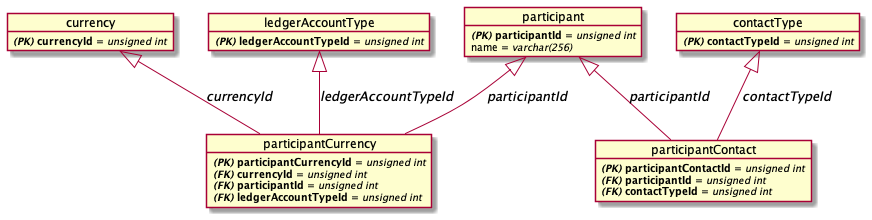
Before: solution_design/central-ledger-data-participant.png, a diagram exported from PlantUML (coilhq/mucoa).
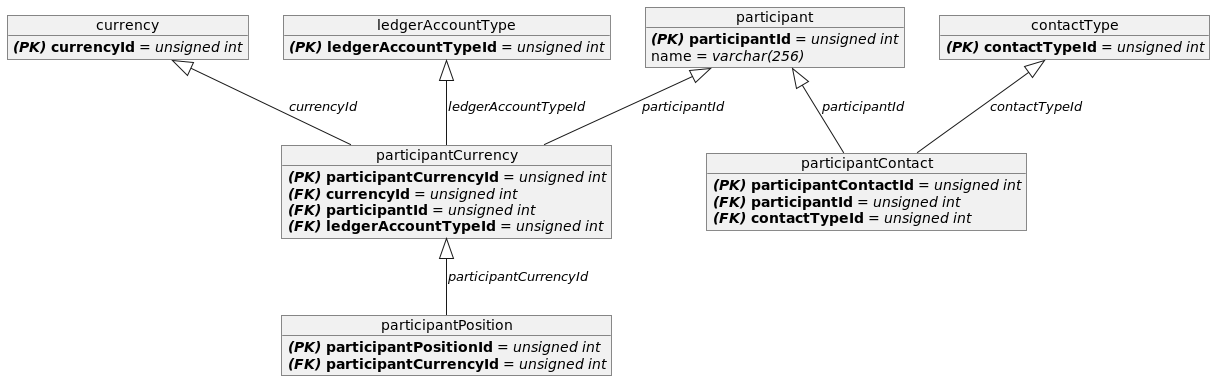
Above is the later version.

The edit, as a diff of the source:
```diff
@@ -14,6 +14,9 @@
     participantCurrency : **//(FK)// currencyId** = //unsigned int//
     participantCurrency : **//(FK)// participantId** = //unsigned int//
     participantCurrency : **//(FK)// ledgerAccountTypeId** = //unsigned int//
+object participantPosition
+    participantPosition : **//(PK)// participantPositionId** = //unsigned int//
+    participantPosition : **//(FK)// participantCurrencyId** = //unsigned int//
 object participantContact
     participantContact : **//(PK)// participantContactId** = //unsigned int//
     participantContact : **//(FK)// participantId** = //unsigned int//
@@ -22,6 +25,7 @@
 ledgerAccountType <|-- participantCurrency : //ledgerAccountTypeId//
 participant <|-- participantCurrency : //participantId//
 participant <|-- participantContact : //participantId//
+participantCurrency <|-- participantPosition : //participantCurrencyId//
 contactType <|-- participantContact : //contactTypeId//
 
 @enduml
```
